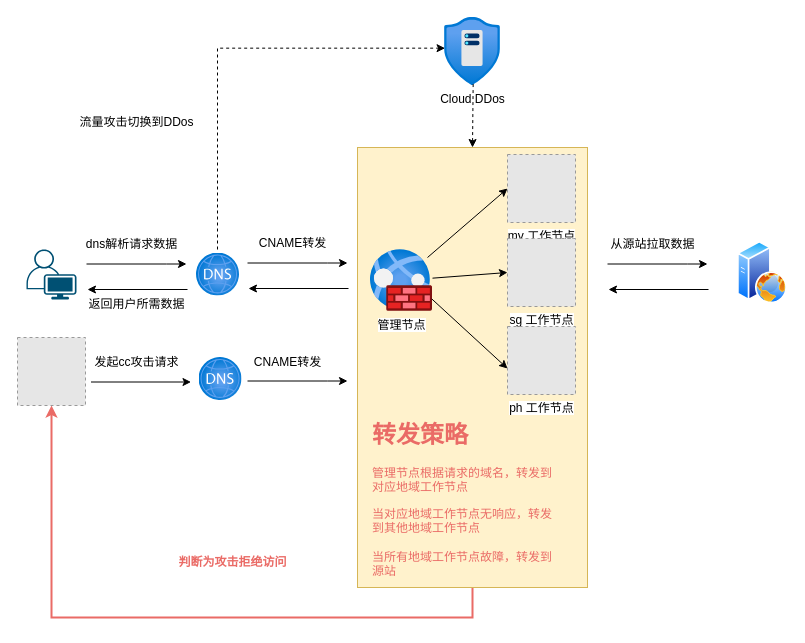
Above: 未命名绘图.drawio in renle177/draw (draw.io), before the change. Source tidied: cells renumbered, new cells numbered last; positions are measured from the earlier drawing's top-left corner, leaving out a move shared by most shapes. Both pictures are drawn from the tidied source at 100%, with x=0, y=0 at pixel (17, 17). Pictures stored in the file or linked from it are replaced by grey dashed boxes.
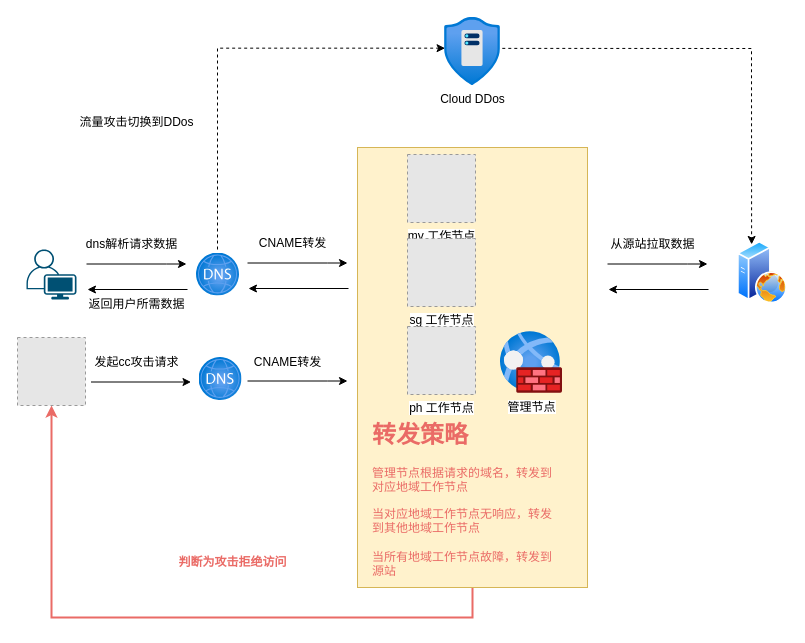
The same page after the edit.

Unchanged cells that the change refers to:
```xml
<mxCell id="3" style="rounded=0;whiteSpace=wrap;html=1;fillColor=#fff2cc;strokeColor=#d6b656;" parent="1" vertex="1">
  <mxGeometry x="340" y="130" width="230" height="440" as="geometry" />
</mxCell>
<mxCell id="15" value="Cloud DDos" style="html=1;points=[];align=center;image;fontSize=12;image=img/lib/azure2/networking/DDoS_Protection_Plans.svg;" parent="1" vertex="1">
  <mxGeometry x="427" width="56" height="68" as="geometry" />
</mxCell>
<mxCell id="25" style="perimeter=ellipsePerimeter;html=1;align=center;shadow=0;dashed=0;spacingTop=3;image;image=img/lib/active_directory/web_server.svg;" parent="1" vertex="1">
  <mxGeometry x="720" y="223.8" width="50" height="62.5" as="geometry" />
</mxCell>
```

Change to the diagram source:
```diff
@@
     <mxCell id="14" value="管理节点" style="html=1;points=[];align=center;image;fontSize=12;image=img/lib/azure2/networking/Web_Application_Firewall_Policies_WAF.svg;" parent="1" vertex="1">
-      <mxGeometry x="353" y="232" width="62" height="62" as="geometry" />
+      <mxGeometry x="483" y="314" width="62" height="62" as="geometry" />
     </mxCell>
@@
     <mxCell id="16" value="my 工作节点" style="fillColor=#E6E6E6;strokeColor=#999999;dashed=1;html=1;verticalAlign=top;verticalLabelPosition=bottom;labelBackgroundColor=#ffffff;" parent="1" vertex="1">
-      <mxGeometry x="490" y="137" width="68" height="68" as="geometry" />
+      <mxGeometry x="390" y="137" width="68" height="68" as="geometry" />
     </mxCell>
     <mxCell id="17" value="sg 工作节点" style="fillColor=#E6E6E6;strokeColor=#999999;dashed=1;html=1;verticalAlign=top;verticalLabelPosition=bottom;labelBackgroundColor=#ffffff;" parent="1" vertex="1">
-      <mxGeometry x="490" y="221" width="68" height="68" as="geometry" />
+      <mxGeometry x="390" y="221" width="68" height="68" as="geometry" />
     </mxCell>
     <mxCell id="18" value="ph 工作节点" style="fillColor=#E6E6E6;strokeColor=#999999;dashed=1;html=1;verticalAlign=top;verticalLabelPosition=bottom;labelBackgroundColor=#ffffff;" parent="1" vertex="1">
-      <mxGeometry x="490" y="309" width="68" height="68" as="geometry" />
+      <mxGeometry x="390" y="309" width="68" height="68" as="geometry" />
     </mxCell>
-    <mxCell id="19" style="endArrow=classic;html=1;rounded=0;entryX=0;entryY=0.5;entryDx=0;entryDy=0;" parent="1" edge="1" target="16">
-      <mxGeometry relative="1" as="geometry">
-        <mxPoint x="410" y="240" as="sourcePoint" />
-      </mxGeometry>
-    </mxCell>
-    <mxCell id="20" style="endArrow=classic;html=1;rounded=0;entryX=0;entryY=0.5;entryDx=0;entryDy=0;" parent="1" edge="1" source="14" target="17">
-      <mxGeometry relative="1" as="geometry" />
-    </mxCell>
-    <mxCell id="21" style="endArrow=classic;html=1;rounded=0;exitX=0.987;exitY=0.796;exitDx=0;exitDy=0;exitPerimeter=0;" parent="1" edge="1" source="14">
-      <mxGeometry relative="1" as="geometry">
-        <mxPoint x="490" y="351" as="targetPoint" />
-      </mxGeometry>
-    </mxCell>
@@
-    <mxCell id="27" style="endArrow=classic;html=1;rounded=0;dashed=1;entryX=0.5;entryY=0;entryDx=0;entryDy=0;exitX=0.512;exitY=0.979;exitDx=0;exitDy=0;exitPerimeter=0;" parent="1" edge="1" source="15" target="3">
-      <mxGeometry relative="1" as="geometry" />
+    <mxCell id="27" style="endArrow=classic;html=1;rounded=0;dashed=1;entryX=0.25;entryY=0;entryDx=0;entryDy=0;exitX=1.032;exitY=0.454;exitDx=0;exitDy=0;exitPerimeter=0;" parent="1" edge="1" source="15" target="25">
+      <mxGeometry relative="1" as="geometry">
+        <Array as="points">
+          <mxPoint x="734" y="31" />
+        </Array>
+      </mxGeometry>
     </mxCell>
```
